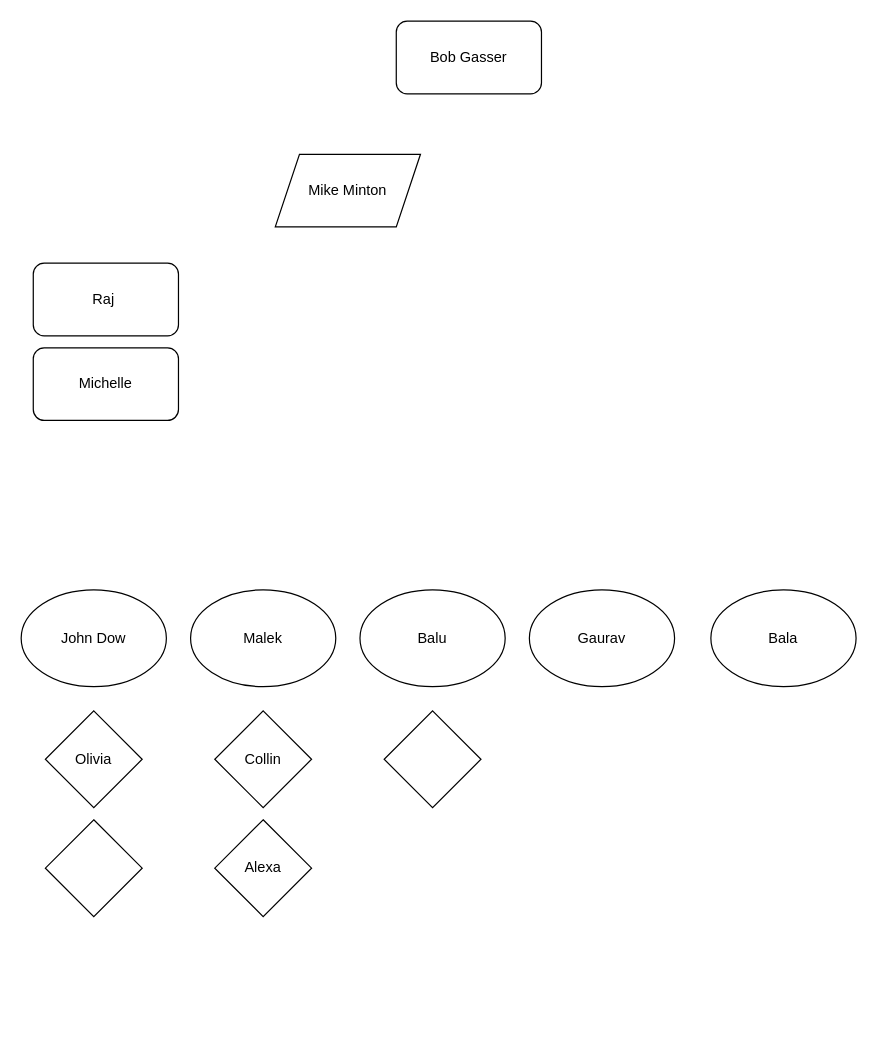
The draw.io diagram Untitled Diagram.drawio in ekbaillie/11-5, before the edit. Source tidied: cells renumbered, new cells numbered last; positions are measured from the earlier drawing's top-left corner, leaving out a move shared by most shapes. Both pictures are drawn from the tidied source at 121%, with x=0, y=0 at pixel (21, 21).
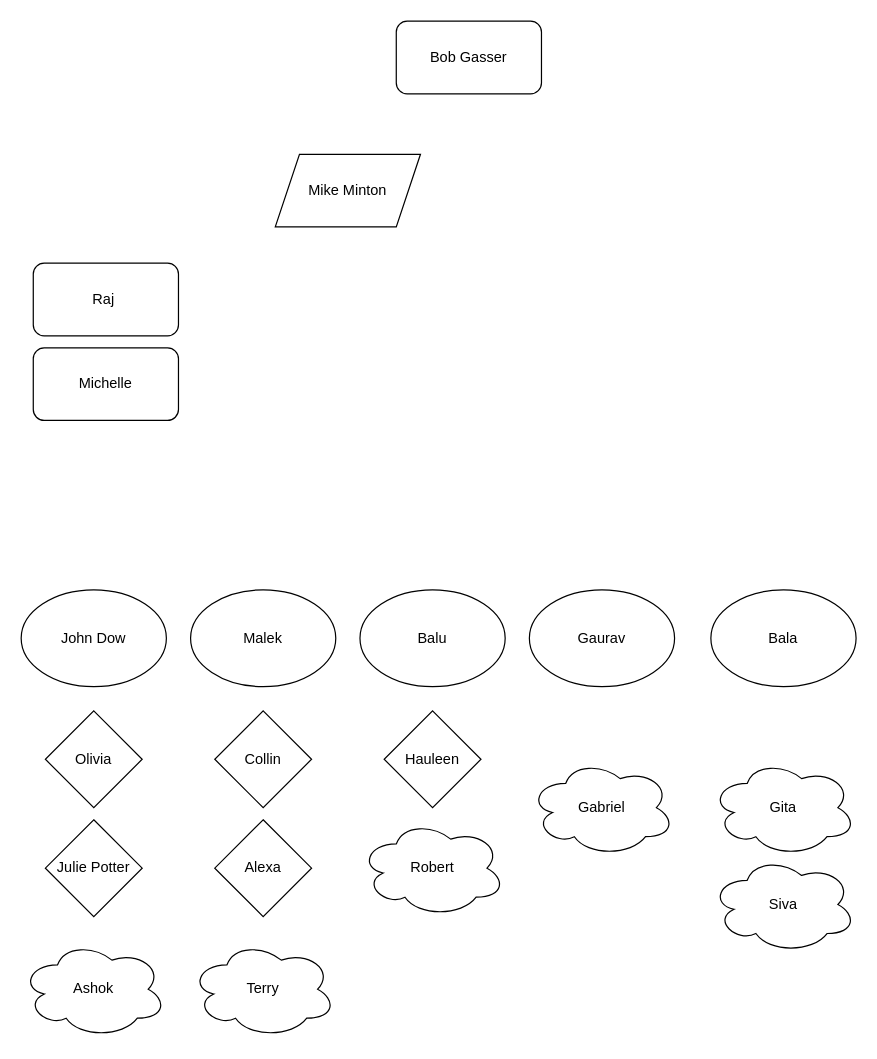
The same page after the edit.

The edit, as a diff of the source:
```diff
@@
-    <mxCell id="11" style="rhombus;whiteSpace=wrap;html=1;" parent="1" vertex="1">
+    <mxCell id="11" value="Hauleen" style="rhombus;whiteSpace=wrap;html=1;" parent="1" vertex="1">
       <mxGeometry x="300" y="570" width="80" height="80" as="geometry" />
     </mxCell>
@@
-    <mxCell id="14" style="rhombus;whiteSpace=wrap;html=1;" parent="1" vertex="1">
+    <mxCell id="14" value="Julie Potter" style="rhombus;whiteSpace=wrap;html=1;" parent="1" vertex="1">
       <mxGeometry x="20" y="660" width="80" height="80" as="geometry" />
     </mxCell>
@@
+    <mxCell id="16" value="Terry" style="ellipse;shape=cloud;whiteSpace=wrap;html=1;" parent="1" vertex="1">
+      <mxGeometry x="140" y="760" width="120" height="80" as="geometry" />
+    </mxCell>
+    <mxCell id="17" value="Gabriel" style="ellipse;shape=cloud;whiteSpace=wrap;html=1;" parent="1" vertex="1">
+      <mxGeometry x="420" y="610" width="120" height="80" as="geometry" />
+    </mxCell>
+    <mxCell id="18" value="Robert" style="ellipse;shape=cloud;whiteSpace=wrap;html=1;" parent="1" vertex="1">
+      <mxGeometry x="280" y="660" width="120" height="80" as="geometry" />
+    </mxCell>
+    <mxCell id="19" value="Gita" style="ellipse;shape=cloud;whiteSpace=wrap;html=1;" parent="1" vertex="1">
+      <mxGeometry x="570" y="610" width="120" height="80" as="geometry" />
+    </mxCell>
+    <mxCell id="20" value="Ashok" style="ellipse;shape=cloud;whiteSpace=wrap;html=1;" parent="1" vertex="1">
+      <mxGeometry y="760" width="120" height="80" as="geometry" />
+    </mxCell>
+    <mxCell id="21" value="Siva" style="ellipse;shape=cloud;whiteSpace=wrap;html=1;" parent="1" vertex="1">
+      <mxGeometry x="570" y="690" width="120" height="80" as="geometry" />
+    </mxCell>
```
